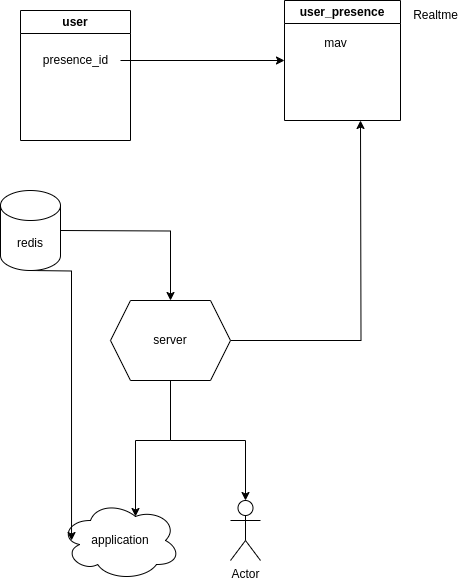
yashplg/draw.io keeps this draw.io diagram as UserPresence-axionicl.drawio.png. Above is the earlier version. Source tidied: cells renumbered, new cells last; positions are measured from the earlier drawing's top-left corner, leaving out a move shared by most shapes.
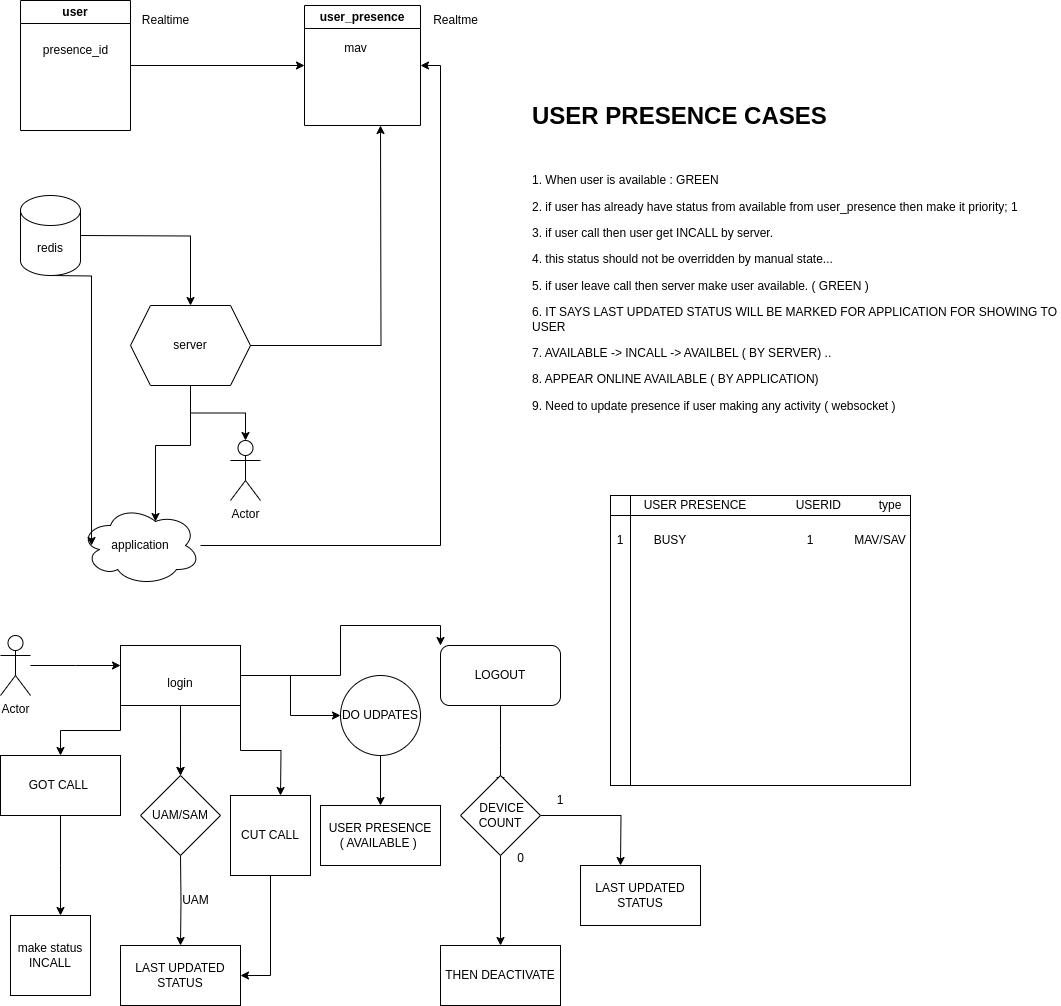
The same file after the commit.

Diff of the diagram source:
```diff
@@ -2,8 +2,11 @@
   <root>
     <mxCell id="0" />
     <mxCell id="1" parent="0" />
+    <mxCell id="17" style="edgeStyle=orthogonalEdgeStyle;rounded=0;jettySize=auto;html=1;entryX=0;entryY=0.5;entryDx=0;entryDy=0;" parent="1" edge="1" source="2" target="4">
+      <mxGeometry relative="1" as="geometry" />
+    </mxCell>
     <mxCell id="2" value="user" style="swimlane;whiteSpace=wrap;html=1;" parent="1" vertex="1">
-      <mxGeometry x="20" y="10" width="110" height="130" as="geometry" />
+      <mxGeometry y="-5" width="110" height="130" as="geometry" />
     </mxCell>
     <mxCell id="3" value="presence_id" style="text;html=1;align=center;verticalAlign=middle;points=[];strokeColor=none;fillColor=none;" parent="2" vertex="1">
       <mxGeometry x="10" y="35" width="90" height="30" as="geometry" />
@@ -14,14 +17,14 @@
     <mxCell id="5" value="mav" style="text;html=1;align=center;verticalAlign=middle;strokeColor=none;fillColor=none;" parent="4" vertex="1">
       <mxGeometry x="26" y="28" width="50" height="30" as="geometry" />
     </mxCell>
-    <mxCell id="6" style="edgeStyle=orthogonalEdgeStyle;rounded=0;jettySize=auto;html=1;entryX=0;entryY=0.5;entryDx=0;entryDy=0;" parent="1" edge="1" source="3" target="4">
-      <mxGeometry relative="1" as="geometry" />
-    </mxCell>
+    <mxCell id="18" style="edgeStyle=orthogonalEdgeStyle;rounded=0;jettySize=auto;html=1;entryX=1;entryY=0.5;entryDx=0;entryDy=0;" parent="1" edge="1" source="7" target="4">
+      <mxGeometry relative="1" as="geometry" />
+    </mxCell>
     <mxCell id="7" value="application" style="ellipse;shape=cloud;whiteSpace=wrap;html=1;" parent="1" vertex="1">
       <mxGeometry x="60" y="500" width="120" height="80" as="geometry" />
     </mxCell>
     <mxCell id="8" value="Actor" style="shape=umlActor;verticalLabelPosition=bottom;verticalAlign=top;html=1;outlineConnect=0;" parent="1" vertex="1">
-      <mxGeometry x="230" y="500" width="30" height="60" as="geometry" />
+      <mxGeometry x="210" y="435" width="30" height="60" as="geometry" />
     </mxCell>
     <mxCell id="9" style="edgeStyle=orthogonalEdgeStyle;rounded=0;jettySize=auto;html=1;" parent="1" edge="1" source="11" target="8">
       <mxGeometry relative="1" as="geometry" />
@@ -53,5 +56,141 @@
     <mxCell id="16" value="redis" style="shape=cylinder3;whiteSpace=wrap;html=1;boundedLbl=1;backgroundOutline=1;size=15;" parent="1" vertex="1">
       <mxGeometry y="190" width="60" height="80" as="geometry" />
     </mxCell>
+    <mxCell id="19" value="&lt;h1 style=&quot;margin-top: 0px;&quot;&gt;USER PRESENCE CASES&lt;/h1&gt;&lt;p&gt;&amp;nbsp;&lt;/p&gt;&lt;p&gt;1. When user is available : GREEN&lt;/p&gt;&lt;p&gt;2. if user has already have status from available from user_presence then make it priority; 1&lt;/p&gt;&lt;p&gt;3. if user call then user get INCALL by server.&lt;/p&gt;&lt;p&gt;4. this status should not be overridden by manual state...&lt;/p&gt;&lt;p&gt;5. if user leave call then server make user available. ( GREEN )&lt;/p&gt;&lt;p&gt;&lt;span style=&quot;background-color: initial;&quot;&gt;6. IT SAYS LAST UPDATED STATUS WILL BE MARKED FOR APPLICATION FOR SHOWING TO USER&lt;/span&gt;&lt;/p&gt;&lt;p&gt;&lt;span style=&quot;background-color: initial;&quot;&gt;7. AVAILABLE -&amp;gt; INCALL -&amp;gt; AVAILBEL ( BY SERVER) ..&lt;/span&gt;&lt;/p&gt;&lt;p&gt;&lt;span style=&quot;background-color: initial;&quot;&gt;8. APPEAR ONLINE AVAILABLE ( BY APPLICATION)&lt;/span&gt;&lt;/p&gt;&lt;p&gt;&lt;span style=&quot;background-color: initial;&quot;&gt;9. Need to update presence if user making any activity ( websocket )&amp;nbsp;&lt;br&gt;&lt;br&gt;&lt;/span&gt;&lt;/p&gt;" style="text;html=1;whiteSpace=wrap;overflow=hidden;rounded=0;" parent="1" vertex="1">
+      <mxGeometry x="510" y="90" width="530" height="430" as="geometry" />
+    </mxCell>
+    <mxCell id="20" style="edgeStyle=orthogonalEdgeStyle;rounded=0;jettySize=auto;html=1;" parent="1" edge="1" source="21">
+      <mxGeometry relative="1" as="geometry">
+        <mxPoint x="100" y="660" as="targetPoint" />
+      </mxGeometry>
+    </mxCell>
+    <mxCell id="21" value="Actor" style="shape=umlActor;verticalLabelPosition=bottom;verticalAlign=top;html=1;outlineConnect=0;" parent="1" vertex="1">
+      <mxGeometry x="-20" y="630" width="30" height="60" as="geometry" />
+    </mxCell>
+    <mxCell id="22" style="edgeStyle=orthogonalEdgeStyle;rounded=0;jettySize=auto;html=1;" parent="1" edge="1" source="28" target="30">
+      <mxGeometry relative="1" as="geometry" />
+    </mxCell>
+    <mxCell id="23" style="edgeStyle=orthogonalEdgeStyle;rounded=0;jettySize=auto;html=1;" parent="1" edge="1" source="28">
+      <mxGeometry relative="1" as="geometry">
+        <mxPoint x="160" y="770" as="targetPoint" />
+      </mxGeometry>
+    </mxCell>
+    <mxCell id="24" style="edgeStyle=orthogonalEdgeStyle;rounded=0;jettySize=auto;html=1;" parent="1" edge="1" source="28">
+      <mxGeometry relative="1" as="geometry">
+        <mxPoint x="160" y="770" as="targetPoint" />
+      </mxGeometry>
+    </mxCell>
+    <mxCell id="25" style="edgeStyle=orthogonalEdgeStyle;rounded=0;jettySize=auto;html=1;exitX=0;exitY=1;exitDx=0;exitDy=0;" parent="1" edge="1" source="28" target="43">
+      <mxGeometry relative="1" as="geometry" />
+    </mxCell>
+    <mxCell id="26" style="edgeStyle=orthogonalEdgeStyle;rounded=0;jettySize=auto;html=1;exitX=1;exitY=1;exitDx=0;exitDy=0;" parent="1" edge="1" source="28">
+      <mxGeometry relative="1" as="geometry">
+        <mxPoint x="260" y="790" as="targetPoint" />
+      </mxGeometry>
+    </mxCell>
+    <mxCell id="27" style="edgeStyle=orthogonalEdgeStyle;rounded=0;jettySize=auto;html=1;entryX=0;entryY=0;entryDx=0;entryDy=0;" parent="1" edge="1" source="28" target="48">
+      <mxGeometry relative="1" as="geometry" />
+    </mxCell>
+    <mxCell id="28" value="&lt;div&gt;&lt;br&gt;&lt;/div&gt;&lt;div&gt;login&lt;/div&gt;" style="rounded=0;whiteSpace=wrap;html=1;" parent="1" vertex="1">
+      <mxGeometry x="100" y="640" width="120" height="60" as="geometry" />
+    </mxCell>
+    <mxCell id="29" style="edgeStyle=orthogonalEdgeStyle;rounded=0;jettySize=auto;html=1;" parent="1" edge="1" source="30" target="31">
+      <mxGeometry relative="1" as="geometry" />
+    </mxCell>
+    <mxCell id="30" value="DO UDPATES" style="ellipse;whiteSpace=wrap;html=1;rounded=0;" parent="1" vertex="1">
+      <mxGeometry x="320" y="670" width="80" height="80" as="geometry" />
+    </mxCell>
+    <mxCell id="31" value="USER PRESENCE &lt;br&gt;( AVAILABLE )&amp;nbsp;" style="whiteSpace=wrap;html=1;rounded=0;" parent="1" vertex="1">
+      <mxGeometry x="300" y="800" width="120" height="60" as="geometry" />
+    </mxCell>
+    <mxCell id="32" style="edgeStyle=orthogonalEdgeStyle;rounded=0;jettySize=auto;html=1;" parent="1" edge="1" target="33">
+      <mxGeometry relative="1" as="geometry">
+        <mxPoint x="160" y="850" as="sourcePoint" />
+      </mxGeometry>
+    </mxCell>
+    <mxCell id="33" value="LAST UPDATED STATUS" style="whiteSpace=wrap;html=1;rounded=0;" parent="1" vertex="1">
+      <mxGeometry x="100" y="940" width="120" height="60" as="geometry" />
+    </mxCell>
+    <mxCell id="34" style="shape=internalStorage;whiteSpace=wrap;html=1;backgroundOutline=1;" parent="1" vertex="1">
+      <mxGeometry x="590" y="490" width="300" height="290" as="geometry" />
+    </mxCell>
+    <mxCell id="35" value="USER PRESENCE" style="text;html=1;align=center;verticalAlign=middle;whiteSpace=wrap;rounded=0;" parent="1" vertex="1">
+      <mxGeometry x="610" y="490" width="130" height="20" as="geometry" />
+    </mxCell>
+    <mxCell id="36" value="1" style="text;html=1;align=center;verticalAlign=middle;whiteSpace=wrap;rounded=0;" parent="1" vertex="1">
+      <mxGeometry x="570" y="520" width="60" height="30" as="geometry" />
+    </mxCell>
+    <mxCell id="37" value="BUSY" style="text;html=1;align=center;verticalAlign=middle;whiteSpace=wrap;rounded=0;" parent="1" vertex="1">
+      <mxGeometry x="620" y="520" width="60" height="30" as="geometry" />
+    </mxCell>
+    <mxCell id="38" value="USERID&amp;nbsp;" style="text;html=1;align=center;verticalAlign=middle;whiteSpace=wrap;rounded=0;" parent="1" vertex="1">
+      <mxGeometry x="770" y="485" width="60" height="30" as="geometry" />
+    </mxCell>
+    <mxCell id="39" value="1" style="text;html=1;align=center;verticalAlign=middle;whiteSpace=wrap;rounded=0;" parent="1" vertex="1">
+      <mxGeometry x="760" y="520" width="60" height="30" as="geometry" />
+    </mxCell>
+    <mxCell id="40" value="UAM/SAM" style="rhombus;whiteSpace=wrap;html=1;" parent="1" vertex="1">
+      <mxGeometry x="120" y="770" width="80" height="80" as="geometry" />
+    </mxCell>
+    <mxCell id="41" value="UAM" style="text;html=1;align=center;verticalAlign=middle;strokeColor=none;fillColor=none;" parent="1" vertex="1">
+      <mxGeometry x="150" y="880" width="50" height="30" as="geometry" />
+    </mxCell>
+    <mxCell id="42" style="edgeStyle=orthogonalEdgeStyle;rounded=0;jettySize=auto;html=1;" parent="1" edge="1" source="43">
+      <mxGeometry relative="1" as="geometry">
+        <mxPoint x="40" y="910" as="targetPoint" />
+      </mxGeometry>
+    </mxCell>
+    <mxCell id="43" value="GOT CALL&amp;nbsp;" style="rounded=0;whiteSpace=wrap;html=1;" parent="1" vertex="1">
+      <mxGeometry x="-20" y="750" width="120" height="60" as="geometry" />
+    </mxCell>
+    <mxCell id="44" value="make status INCALL" style="whiteSpace=wrap;html=1;" parent="1" vertex="1">
+      <mxGeometry x="-10" y="910" width="80" height="80" as="geometry" />
+    </mxCell>
+    <mxCell id="45" style="edgeStyle=orthogonalEdgeStyle;rounded=0;jettySize=auto;html=1;entryX=1;entryY=0.5;entryDx=0;entryDy=0;" parent="1" edge="1" source="46" target="33">
+      <mxGeometry relative="1" as="geometry" />
+    </mxCell>
+    <mxCell id="46" value="CUT CALL" style="whiteSpace=wrap;html=1;" parent="1" vertex="1">
+      <mxGeometry x="210" y="790" width="80" height="80" as="geometry" />
+    </mxCell>
+    <mxCell id="47" style="edgeStyle=orthogonalEdgeStyle;rounded=0;jettySize=auto;html=1;" parent="1" edge="1" source="48">
+      <mxGeometry relative="1" as="geometry">
+        <mxPoint x="480" y="780" as="targetPoint" />
+      </mxGeometry>
+    </mxCell>
+    <mxCell id="48" value="LOGOUT" style="rounded=1;whiteSpace=wrap;html=1;" parent="1" vertex="1">
+      <mxGeometry x="420" y="640" width="120" height="60" as="geometry" />
+    </mxCell>
+    <mxCell id="49" style="edgeStyle=orthogonalEdgeStyle;rounded=0;jettySize=auto;html=1;" parent="1" edge="1" source="51" target="52">
+      <mxGeometry relative="1" as="geometry" />
+    </mxCell>
+    <mxCell id="50" style="edgeStyle=orthogonalEdgeStyle;rounded=0;jettySize=auto;html=1;" parent="1" edge="1" source="51">
+      <mxGeometry relative="1" as="geometry">
+        <mxPoint x="600" y="860" as="targetPoint" />
+      </mxGeometry>
+    </mxCell>
+    <mxCell id="51" value="&amp;nbsp;DEVICE COUNT" style="rhombus;whiteSpace=wrap;html=1;" parent="1" vertex="1">
+      <mxGeometry x="440" y="770" width="80" height="80" as="geometry" />
+    </mxCell>
+    <mxCell id="52" value="THEN DEACTIVATE" style="whiteSpace=wrap;html=1;" parent="1" vertex="1">
+      <mxGeometry x="420" y="940" width="120" height="60" as="geometry" />
+    </mxCell>
+    <mxCell id="53" value="0" style="text;html=1;align=center;verticalAlign=middle;strokeColor=none;fillColor=none;" parent="1" vertex="1">
+      <mxGeometry x="485" y="838" width="30" height="30" as="geometry" />
+    </mxCell>
+    <mxCell id="54" value="LAST UPDATED STATUS" style="rounded=0;whiteSpace=wrap;html=1;" parent="1" vertex="1">
+      <mxGeometry x="560" y="860" width="120" height="60" as="geometry" />
+    </mxCell>
+    <mxCell id="55" value="1" style="text;html=1;align=center;verticalAlign=middle;whiteSpace=wrap;rounded=0;" parent="1" vertex="1">
+      <mxGeometry x="510" y="780" width="60" height="30" as="geometry" />
+    </mxCell>
+    <mxCell id="56" value="Realtime" style="text;html=1;align=center;verticalAlign=middle;strokeColor=none;fillColor=none;" parent="1" vertex="1">
+      <mxGeometry x="110" width="70" height="30" as="geometry" />
+    </mxCell>
+    <mxCell id="57" value="type" style="text;html=1;align=center;verticalAlign=middle;whiteSpace=wrap;rounded=0;" parent="1" vertex="1">
+      <mxGeometry x="840" y="485" width="60" height="30" as="geometry" />
+    </mxCell>
+    <mxCell id="58" value="MAV/SAV" style="text;html=1;align=center;verticalAlign=middle;whiteSpace=wrap;rounded=0;" parent="1" vertex="1">
+      <mxGeometry x="830" y="520" width="60" height="30" as="geometry" />
+    </mxCell>
   </root>
 </mxGraphModel>
```
